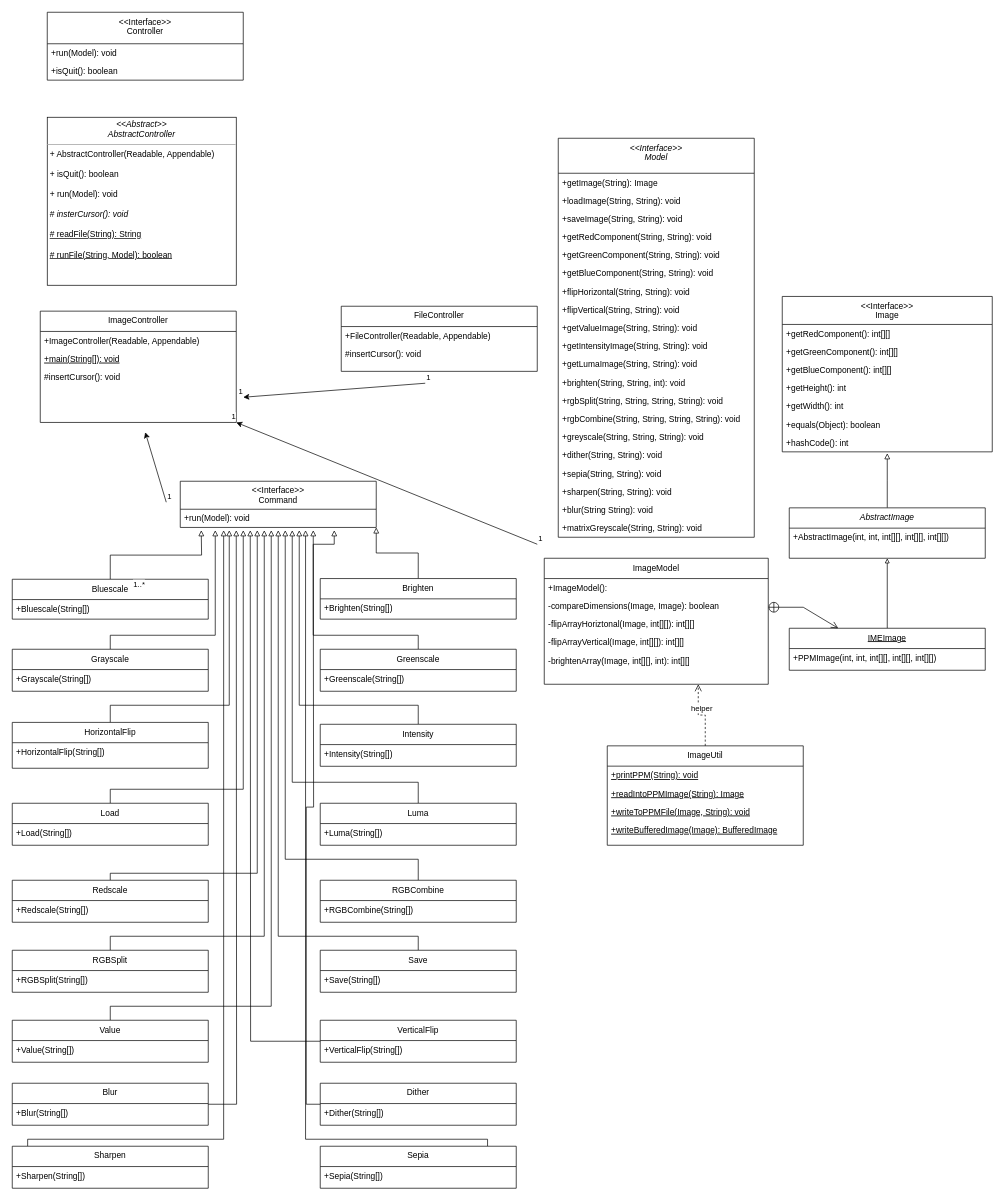
The draw.io diagram Class Diagram.drawio in Brian-T-Horner/CS5010-Assignment4, before the edit. Source tidied: cells renumbered, new cells numbered last; positions are measured from the earlier drawing's top-left corner, leaving out a move shared by most shapes. Both pictures are drawn from the tidied source at 70%, with x=0, y=0 at pixel (12, 12).
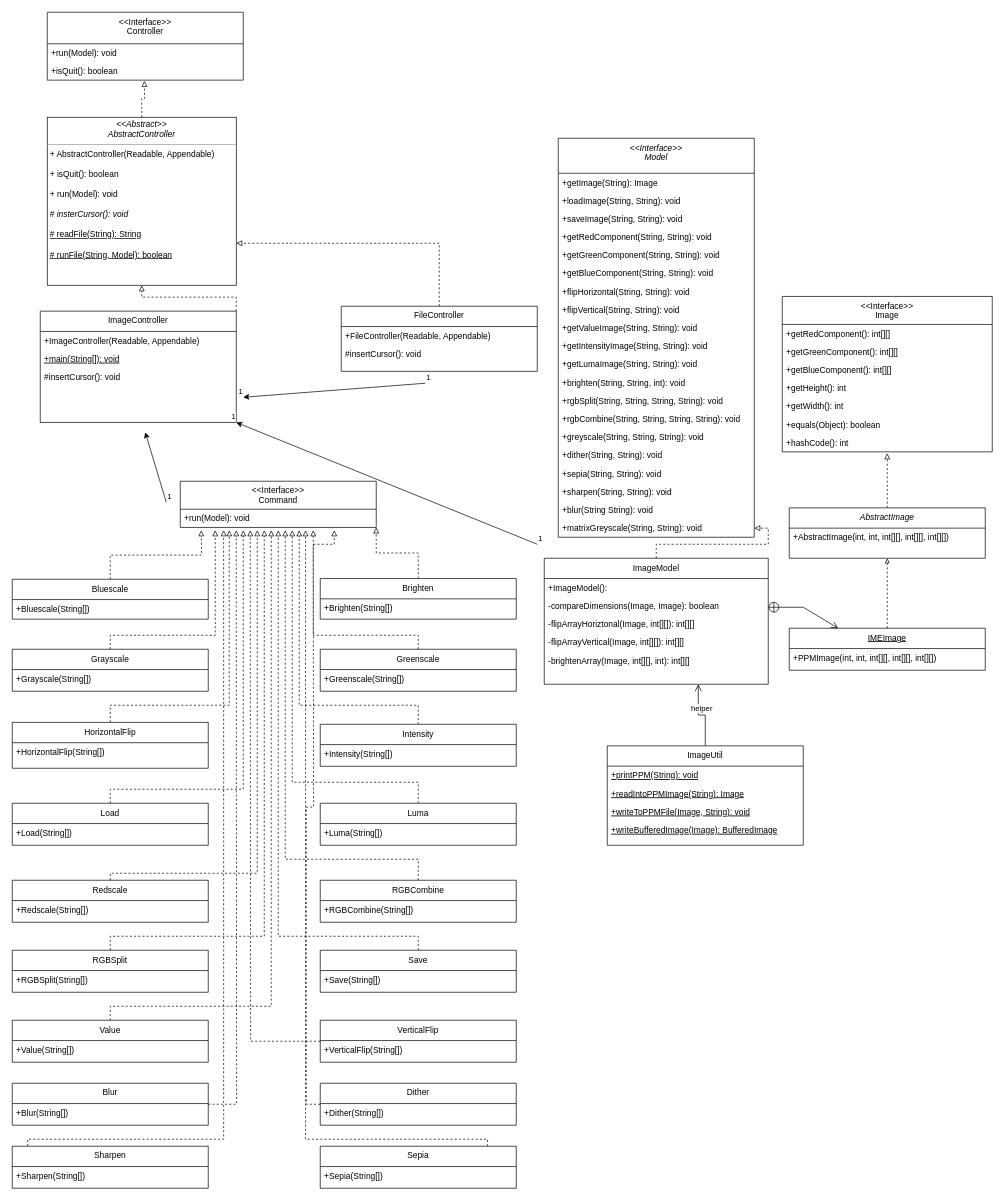
Above is the later version.

Commit message:
Updated arrows for inheritance

Unchanged cells that the change refers to:
```xml
<mxCell id="22" value="+matrixGreyscale(String, String): void" style="text;align=left;verticalAlign=top;spacingLeft=4;spacingRight=4;overflow=hidden;points=[[0,0.5],[1,0.5]];portConstraint=eastwest;rounded=0;shadow=0;html=0;" parent="2" vertex="1">
<mxCell id="23" value="ImageModel" style="swimlane;fontStyle=0;align=center;verticalAlign=top;horizontal=1;startSize=29;rounded=0;shadow=0;strokeWidth=1;" parent="1" vertex="1">
<mxCell id="38" value="AbstractImage" style="swimlane;fontStyle=2;align=center;verticalAlign=top;horizontal=1;startSize=29;rounded=0;shadow=0;strokeWidth=1;" parent="1" vertex="1">
<mxCell id="42" value="+isQuit(): boolean" style="text;align=left;verticalAlign=top;spacingLeft=4;spacingRight=4;overflow=hidden;points=[[0,0.5],[1,0.5]];portConstraint=eastwest;" parent="40" vertex="1">
<mxCell id="43" value="ImageController" style="swimlane;fontStyle=0;align=center;verticalAlign=top;horizontal=1;startSize=29;rounded=0;shadow=0;strokeWidth=1;" parent="1" vertex="1">
<mxCell id="48" value="IMEImage" style="swimlane;fontStyle=4;align=center;verticalAlign=top;horizontal=1;startSize=29;rounded=0;shadow=0;strokeWidth=1;" parent="1" vertex="1">
<mxCell id="50" value="ImageUtil" style="swimlane;fontStyle=0;align=center;verticalAlign=top;horizontal=1;startSize=29;rounded=0;shadow=0;strokeWidth=1;" parent="1" vertex="1">
<mxCell id="55" value="&lt;&lt;Interface&gt;&gt;&#10;Command" style="swimlane;fontStyle=0;align=center;verticalAlign=top;horizontal=1;startSize=40;rounded=0;shadow=0;strokeWidth=1;" parent="1" vertex="1">
<mxCell id="58" value="Bluescale" style="swimlane;fontStyle=0;align=center;verticalAlign=top;horizontal=1;startSize=29;rounded=0;shadow=0;strokeWidth=1;" parent="1" vertex="1">
<mxCell id="61" value="Brighten" style="swimlane;fontStyle=0;align=center;verticalAlign=top;horizontal=1;startSize=29;rounded=0;shadow=0;strokeWidth=1;" parent="1" vertex="1">
<mxCell id="64" value="HorizontalFlip" style="swimlane;fontStyle=0;align=center;verticalAlign=top;horizontal=1;startSize=29;rounded=0;shadow=0;strokeWidth=1;" parent="1" vertex="1">
<mxCell id="67" value="Grayscale" style="swimlane;fontStyle=0;align=center;verticalAlign=top;horizontal=1;startSize=29;rounded=0;shadow=0;strokeWidth=1;" parent="1" vertex="1">
<mxCell id="70" value="Intensity" style="swimlane;fontStyle=0;align=center;verticalAlign=top;horizontal=1;startSize=29;rounded=0;shadow=0;strokeWidth=1;" parent="1" vertex="1">
<mxCell id="73" value="Greenscale" style="swimlane;fontStyle=0;align=center;verticalAlign=top;horizontal=1;startSize=29;rounded=0;shadow=0;strokeWidth=1;" parent="1" vertex="1">
<mxCell id="76" value="Load" style="swimlane;fontStyle=0;align=center;verticalAlign=top;horizontal=1;startSize=29;rounded=0;shadow=0;strokeWidth=1;" parent="1" vertex="1">
<mxCell id="79" value="Luma" style="swimlane;fontStyle=0;align=center;verticalAlign=top;horizontal=1;startSize=29;rounded=0;shadow=0;strokeWidth=1;" parent="1" vertex="1">
<mxCell id="82" value="Redscale" style="swimlane;fontStyle=0;align=center;verticalAlign=top;horizontal=1;startSize=29;rounded=0;shadow=0;strokeWidth=1;" parent="1" vertex="1">
<mxCell id="85" value="RGBCombine" style="swimlane;fontStyle=0;align=center;verticalAlign=top;horizontal=1;startSize=29;rounded=0;shadow=0;strokeWidth=1;" parent="1" vertex="1">
<mxCell id="88" value="Save" style="swimlane;fontStyle=0;align=center;verticalAlign=top;horizontal=1;startSize=29;rounded=0;shadow=0;strokeWidth=1;" parent="1" vertex="1">
<mxCell id="91" value="RGBSplit" style="swimlane;fontStyle=0;align=center;verticalAlign=top;horizontal=1;startSize=29;rounded=0;shadow=0;strokeWidth=1;" parent="1" vertex="1">
<mxCell id="94" value="Value" style="swimlane;fontStyle=0;align=center;verticalAlign=top;horizontal=1;startSize=29;rounded=0;shadow=0;strokeWidth=1;" parent="1" vertex="1">
<mxCell id="97" value="VerticalFlip" style="swimlane;fontStyle=0;align=center;verticalAlign=top;horizontal=1;startSize=29;rounded=0;shadow=0;strokeWidth=1;" parent="1" vertex="1">
<mxCell id="99" style="endArrow=classic;html=1;rounded=0;" parent="1" edge="1">
<mxCell id="106" value="Blur" style="swimlane;fontStyle=0;align=center;verticalAlign=top;horizontal=1;startSize=29;rounded=0;shadow=0;strokeWidth=1;" parent="1" vertex="1">
<mxCell id="109" value="Dither" style="swimlane;fontStyle=0;align=center;verticalAlign=top;horizontal=1;startSize=29;rounded=0;shadow=0;strokeWidth=1;" parent="1" vertex="1">
<mxCell id="117" value="FileController" style="swimlane;fontStyle=0;align=center;verticalAlign=top;horizontal=1;startSize=29;rounded=0;shadow=0;strokeWidth=1;" parent="1" vertex="1">
<mxCell id="123" value="&lt;p style=&quot;margin:0px;margin-top:4px;text-align:center;&quot;&gt;&lt;i&gt;&amp;lt;&amp;lt;Abstract&amp;gt;&amp;gt;&lt;/i&gt;&lt;br&gt;&lt;i&gt;AbstractController&lt;/i&gt;&lt;/p&gt;&lt;hr size=&quot;1&quot;&gt;&lt;p style=&quot;margin:0px;margin-left:4px;&quot;&gt;&lt;span style=&quot;background-color: initial;&quot;&gt;+ AbstractController(Readable, Appendable)&lt;/span&gt;&lt;br&gt;&lt;/p&gt;&lt;p style=&quot;margin:0px;margin-left:4px;&quot;&gt;&lt;span style=&quot;background-color: initial;&quot;&gt;&lt;br&gt;&lt;/span&gt;&lt;/p&gt;&lt;p style=&quot;margin: 0px 0px 0px 4px;&quot;&gt;+ isQuit(): boolean&lt;/p&gt;&lt;p style=&quot;margin: 0px 0px 0px 4px;&quot;&gt;&lt;br&gt;&lt;/p&gt;&lt;p style=&quot;margin: 0px 0px 0px 4px;&quot;&gt;+ run(Model): void&lt;/p&gt;&lt;p style=&quot;margin: 0px 0px 0px 4px;&quot;&gt;&lt;br&gt;&lt;/p&gt;&lt;p style=&quot;margin: 0px 0px 0px 4px;&quot;&gt;# &lt;i&gt;insterCursor(): void&lt;/i&gt;&lt;/p&gt;&lt;p style=&quot;margin: 0px 0px 0px 4px;&quot;&gt;&lt;i&gt;&lt;br&gt;&lt;/i&gt;&lt;/p&gt;&lt;p style=&quot;margin: 0px 0px 0px 4px;&quot;&gt;&lt;u&gt;# readFile(String): String&lt;/u&gt;&lt;/p&gt;&lt;p style=&quot;margin: 0px 0px 0px 4px;&quot;&gt;&lt;u&gt;&lt;br&gt;&lt;/u&gt;&lt;/p&gt;&lt;p style=&quot;margin: 0px 0px 0px 4px;&quot;&gt;&lt;u&gt;# runFile(String, Model): boolean&lt;/u&gt;&lt;/p&gt;" style="verticalAlign=top;align=left;overflow=fill;fontSize=12;fontFamily=Helvetica;html=1;whiteSpace=wrap;" parent="1" vertex="1">
```

The edit, as a diff of the source:
```diff
@@
+    <mxCell id="126" style="edgeStyle=orthogonalEdgeStyle;rounded=0;jettySize=auto;html=1;endArrow=block;endFill=0;dashed=1;" parent="1" edge="1" source="23" target="22">
+      <mxGeometry relative="1" as="geometry" />
+    </mxCell>
@@
-    <mxCell id="37" style="edgeStyle=orthogonalEdgeStyle;rounded=0;jettySize=auto;html=1;exitX=0.5;exitY=0;exitDx=0;exitDy=0;endArrow=block;endFill=0;" parent="1" edge="1" source="38">
+    <mxCell id="37" style="edgeStyle=orthogonalEdgeStyle;rounded=0;jettySize=auto;html=1;exitX=0.5;exitY=0;exitDx=0;exitDy=0;endArrow=block;endFill=0;dashed=1;" parent="1" edge="1" source="38">
       <mxGeometry relative="1" as="geometry">
         <mxPoint x="1250" y="630" as="targetPoint" />
       </mxGeometry>
     </mxCell>
@@
+    <mxCell id="127" style="edgeStyle=orthogonalEdgeStyle;rounded=0;jettySize=auto;html=1;exitX=1;exitY=0;exitDx=0;exitDy=0;endArrow=block;endFill=0;dashed=1;" parent="1" edge="1" source="43" target="123">
+      <mxGeometry relative="1" as="geometry" />
+    </mxCell>
@@
-    <mxCell id="47" style="edgeStyle=orthogonalEdgeStyle;rounded=0;jettySize=auto;html=1;exitX=0.5;exitY=0;exitDx=0;exitDy=0;entryX=0.5;entryY=1;entryDx=0;entryDy=0;endWidth=10;endSize=4.67;endArrow=block;endFill=0;" parent="1" edge="1" source="48" target="38">
+    <mxCell id="47" style="edgeStyle=orthogonalEdgeStyle;rounded=0;jettySize=auto;html=1;exitX=0.5;exitY=0;exitDx=0;exitDy=0;entryX=0.5;entryY=1;entryDx=0;entryDy=0;endWidth=10;endSize=4.67;endArrow=block;endFill=0;dashed=1;" parent="1" edge="1" source="48" target="38">
       <mxGeometry relative="1" as="geometry" />
     </mxCell>
@@
-    <mxCell id="57" style="edgeStyle=orthogonalEdgeStyle;rounded=0;jettySize=auto;html=1;exitX=0.5;exitY=0;exitDx=0;exitDy=0;endArrow=block;endFill=0;" parent="1" edge="1" source="58">
+    <mxCell id="57" style="edgeStyle=orthogonalEdgeStyle;rounded=0;jettySize=auto;html=1;exitX=0.5;exitY=0;exitDx=0;exitDy=0;endArrow=block;endFill=0;dashed=1;" parent="1" edge="1" source="58">
       <mxGeometry relative="1" as="geometry">
         <mxPoint x="270" y="740" as="targetPoint" />
       </mxGeometry>
     </mxCell>
@@
-    <mxCell id="60" style="edgeStyle=orthogonalEdgeStyle;rounded=0;jettySize=auto;html=1;exitX=0.5;exitY=0;exitDx=0;exitDy=0;entryX=1;entryY=1;entryDx=0;entryDy=0;endArrow=block;endFill=0;" parent="1" edge="1" source="61" target="55">
+    <mxCell id="60" style="edgeStyle=orthogonalEdgeStyle;rounded=0;jettySize=auto;html=1;exitX=0.5;exitY=0;exitDx=0;exitDy=0;entryX=1;entryY=1;entryDx=0;entryDy=0;endArrow=block;endFill=0;dashed=1;" parent="1" edge="1" source="61" target="55">
       <mxGeometry relative="1" as="geometry" />
     </mxCell>
@@
-    <mxCell id="63" style="edgeStyle=orthogonalEdgeStyle;rounded=0;jettySize=auto;html=1;exitX=0.5;exitY=0;exitDx=0;exitDy=0;endArrow=block;endFill=0;" parent="1" edge="1" source="64">
+    <mxCell id="63" style="edgeStyle=orthogonalEdgeStyle;rounded=0;jettySize=auto;html=1;exitX=0.5;exitY=0;exitDx=0;exitDy=0;endArrow=block;endFill=0;dashed=1;" parent="1" edge="1" source="64">
       <mxGeometry relative="1" as="geometry">
         <mxPoint x="310" y="740" as="targetPoint" />
         <Array as="points">
           <mxPoint x="140" y="990" />
           <mxPoint x="310" y="990" />
         </Array>
       </mxGeometry>
     </mxCell>
@@
-    <mxCell id="66" style="edgeStyle=orthogonalEdgeStyle;rounded=0;jettySize=auto;html=1;exitX=0.5;exitY=0;exitDx=0;exitDy=0;endArrow=block;endFill=0;" parent="1" edge="1" source="67">
+    <mxCell id="66" style="edgeStyle=orthogonalEdgeStyle;rounded=0;jettySize=auto;html=1;exitX=0.5;exitY=0;exitDx=0;exitDy=0;endArrow=block;endFill=0;dashed=1;" parent="1" edge="1" source="67">
       <mxGeometry relative="1" as="geometry">
         <mxPoint x="290" y="740" as="targetPoint" />
         <Array as="points">
           <mxPoint x="140" y="890" />
           <mxPoint x="290" y="890" />
         </Array>
       </mxGeometry>
     </mxCell>
@@
-    <mxCell id="69" style="edgeStyle=orthogonalEdgeStyle;rounded=0;jettySize=auto;html=1;exitX=0.5;exitY=0;exitDx=0;exitDy=0;endArrow=block;endFill=0;" parent="1" edge="1" source="70">
+    <mxCell id="69" style="edgeStyle=orthogonalEdgeStyle;rounded=0;jettySize=auto;html=1;exitX=0.5;exitY=0;exitDx=0;exitDy=0;endArrow=block;endFill=0;dashed=1;" parent="1" edge="1" source="70">
       <mxGeometry relative="1" as="geometry">
         <mxPoint x="410" y="740" as="targetPoint" />
         <Array as="points">
           <mxPoint x="580" y="990" />
           <mxPoint x="410" y="990" />
         </Array>
       </mxGeometry>
     </mxCell>
@@
-    <mxCell id="72" style="edgeStyle=orthogonalEdgeStyle;rounded=0;jettySize=auto;html=1;endArrow=block;endFill=0;" parent="1" edge="1" source="73">
+    <mxCell id="72" style="edgeStyle=orthogonalEdgeStyle;rounded=0;jettySize=auto;html=1;endArrow=block;endFill=0;dashed=1;" parent="1" edge="1" source="73">
       <mxGeometry relative="1" as="geometry">
         <mxPoint x="460" y="740" as="targetPoint" />
         <Array as="points">
           <mxPoint x="580" y="890" />
           <mxPoint x="430" y="890" />
           <mxPoint x="430" y="760" />
           <mxPoint x="460" y="760" />
         </Array>
       </mxGeometry>
     </mxCell>
@@
-    <mxCell id="75" style="edgeStyle=orthogonalEdgeStyle;rounded=0;jettySize=auto;html=1;exitX=0.5;exitY=0;exitDx=0;exitDy=0;endArrow=block;endFill=0;" parent="1" edge="1" source="76">
+    <mxCell id="75" style="edgeStyle=orthogonalEdgeStyle;rounded=0;jettySize=auto;html=1;exitX=0.5;exitY=0;exitDx=0;exitDy=0;endArrow=block;endFill=0;dashed=1;" parent="1" edge="1" source="76">
       <mxGeometry relative="1" as="geometry">
         <mxPoint x="330" y="740" as="targetPoint" />
         <Array as="points">
           <mxPoint x="140" y="1110" />
           <mxPoint x="330" y="1110" />
         </Array>
       </mxGeometry>
     </mxCell>
@@
-    <mxCell id="78" style="edgeStyle=orthogonalEdgeStyle;rounded=0;jettySize=auto;html=1;exitX=0.5;exitY=0;exitDx=0;exitDy=0;endArrow=block;endFill=0;" parent="1" edge="1" source="79">
+    <mxCell id="78" style="edgeStyle=orthogonalEdgeStyle;rounded=0;jettySize=auto;html=1;exitX=0.5;exitY=0;exitDx=0;exitDy=0;endArrow=block;endFill=0;dashed=1;" parent="1" edge="1" source="79">
       <mxGeometry relative="1" as="geometry">
         <mxPoint x="400" y="740" as="targetPoint" />
         <Array as="points">
           <mxPoint x="580" y="1100" />
           <mxPoint x="400" y="1100" />
         </Array>
       </mxGeometry>
     </mxCell>
@@
-    <mxCell id="81" style="edgeStyle=orthogonalEdgeStyle;rounded=0;jettySize=auto;html=1;exitX=0.5;exitY=0;exitDx=0;exitDy=0;endArrow=block;endFill=0;" parent="1" edge="1" source="82">
+    <mxCell id="81" style="edgeStyle=orthogonalEdgeStyle;rounded=0;jettySize=auto;html=1;exitX=0.5;exitY=0;exitDx=0;exitDy=0;endArrow=block;endFill=0;dashed=1;" parent="1" edge="1" source="82">
       <mxGeometry relative="1" as="geometry">
         <mxPoint x="350" y="740" as="targetPoint" />
         <Array as="points">
           <mxPoint x="140" y="1230" />
           <mxPoint x="350" y="1230" />
         </Array>
       </mxGeometry>
     </mxCell>
@@
-    <mxCell id="84" style="edgeStyle=orthogonalEdgeStyle;rounded=0;jettySize=auto;html=1;exitX=0.5;exitY=0;exitDx=0;exitDy=0;endArrow=block;endFill=0;" parent="1" edge="1" source="85">
+    <mxCell id="84" style="edgeStyle=orthogonalEdgeStyle;rounded=0;jettySize=auto;html=1;exitX=0.5;exitY=0;exitDx=0;exitDy=0;endArrow=block;endFill=0;dashed=1;" parent="1" edge="1" source="85">
       <mxGeometry relative="1" as="geometry">
         <mxPoint x="390" y="740" as="targetPoint" />
         <Array as="points">
           <mxPoint x="580" y="1210" />
           <mxPoint x="390" y="1210" />
         </Array>
       </mxGeometry>
     </mxCell>
@@
-    <mxCell id="87" style="edgeStyle=orthogonalEdgeStyle;rounded=0;jettySize=auto;html=1;exitX=0.5;exitY=0;exitDx=0;exitDy=0;endArrow=block;endFill=0;" parent="1" edge="1" source="88">
+    <mxCell id="87" style="edgeStyle=orthogonalEdgeStyle;rounded=0;jettySize=auto;html=1;exitX=0.5;exitY=0;exitDx=0;exitDy=0;endArrow=block;endFill=0;dashed=1;" parent="1" edge="1" source="88">
       <mxGeometry relative="1" as="geometry">
         <mxPoint x="380" y="740" as="targetPoint" />
         <Array as="points">
           <mxPoint x="580" y="1320" />
           <mxPoint x="380" y="1320" />
         </Array>
       </mxGeometry>
     </mxCell>
@@
-    <mxCell id="90" style="edgeStyle=orthogonalEdgeStyle;rounded=0;jettySize=auto;html=1;endArrow=block;endFill=0;" parent="1" edge="1" source="91">
+    <mxCell id="90" style="edgeStyle=orthogonalEdgeStyle;rounded=0;jettySize=auto;html=1;endArrow=block;endFill=0;dashed=1;" parent="1" edge="1" source="91">
       <mxGeometry relative="1" as="geometry">
         <mxPoint x="360" y="740" as="targetPoint" />
         <Array as="points">
           <mxPoint x="140" y="1320" />
           <mxPoint x="360" y="1320" />
         </Array>
       </mxGeometry>
     </mxCell>
@@
-    <mxCell id="93" style="edgeStyle=orthogonalEdgeStyle;rounded=0;jettySize=auto;html=1;endArrow=block;endFill=0;" parent="1" edge="1" source="94">
+    <mxCell id="93" style="edgeStyle=orthogonalEdgeStyle;rounded=0;jettySize=auto;html=1;endArrow=block;endFill=0;dashed=1;" parent="1" edge="1" source="94">
       <mxGeometry relative="1" as="geometry">
         <mxPoint x="370" y="740" as="targetPoint" />
         <Array as="points">
           <mxPoint x="140" y="1420" />
           <mxPoint x="370" y="1420" />
           <mxPoint x="370" y="740" />
         </Array>
       </mxGeometry>
     </mxCell>
@@
-    <mxCell id="96" style="edgeStyle=orthogonalEdgeStyle;rounded=0;jettySize=auto;html=1;endArrow=block;endFill=0;" parent="1" edge="1" source="97">
+    <mxCell id="96" style="edgeStyle=orthogonalEdgeStyle;rounded=0;jettySize=auto;html=1;endArrow=block;endFill=0;dashed=1;" parent="1" edge="1" source="97">
       <mxGeometry relative="1" as="geometry">
         <mxPoint x="340" y="740" as="targetPoint" />
       </mxGeometry>
     </mxCell>
@@
-    <mxCell id="101" value="1..*" style="edgeLabel;html=1;align=right;verticalAlign=bottom;" parent="99" vertex="1">
-      <mxGeometry x="1" relative="1" as="geometry">
-        <mxPoint y="225" as="offset" />
-      </mxGeometry>
-    </mxCell>
@@
-    <mxCell id="105" style="edgeStyle=orthogonalEdgeStyle;rounded=0;jettySize=auto;html=1;endArrow=block;endFill=0;" parent="1" edge="1" source="106">
+    <mxCell id="105" style="edgeStyle=orthogonalEdgeStyle;rounded=0;jettySize=auto;html=1;endArrow=block;endFill=0;dashed=1;" parent="1" edge="1" source="106">
       <mxGeometry relative="1" as="geometry">
         <mxPoint x="320" y="740" as="targetPoint" />
       </mxGeometry>
     </mxCell>
@@
-    <mxCell id="108" style="edgeStyle=orthogonalEdgeStyle;rounded=0;jettySize=auto;html=1;endArrow=block;endFill=0;" parent="1" edge="1" source="109">
+    <mxCell id="108" style="edgeStyle=orthogonalEdgeStyle;rounded=0;jettySize=auto;html=1;endArrow=block;endFill=0;dashed=1;" parent="1" edge="1" source="109">
       <mxGeometry relative="1" as="geometry">
         <mxPoint x="430" y="740" as="targetPoint" />
       </mxGeometry>
     </mxCell>
@@
-    <mxCell id="111" style="edgeStyle=orthogonalEdgeStyle;rounded=0;orthogonalLoop=1;jettySize=auto;html=1;exitX=0.5;exitY=0;exitDx=0;exitDy=0;endArrow=block;endFill=0;" parent="1" edge="1">
+    <mxCell id="111" style="edgeStyle=orthogonalEdgeStyle;rounded=0;orthogonalLoop=1;jettySize=auto;html=1;exitX=0.5;exitY=0;exitDx=0;exitDy=0;endArrow=block;endFill=0;dashed=1;" parent="1" edge="1">
       <mxGeometry relative="1" as="geometry">
         <mxPoint x="22" y="1620" as="sourcePoint" />
         <mxPoint x="302" y="740" as="targetPoint" />
         <Array as="points">
           <mxPoint x="22" y="1610" />
           <mxPoint x="302" y="1610" />
         </Array>
       </mxGeometry>
     </mxCell>
@@
-    <mxCell id="114" style="edgeStyle=orthogonalEdgeStyle;rounded=0;orthogonalLoop=1;jettySize=auto;html=1;exitX=0.5;exitY=0;exitDx=0;exitDy=0;endArrow=block;endFill=0;" parent="1" edge="1">
+    <mxCell id="114" style="edgeStyle=orthogonalEdgeStyle;rounded=0;orthogonalLoop=1;jettySize=auto;html=1;exitX=0.5;exitY=0;exitDx=0;exitDy=0;endArrow=block;endFill=0;dashed=1;" parent="1" edge="1">
       <mxGeometry relative="1" as="geometry">
         <mxPoint x="679" y="1620" as="sourcePoint" />
         <mxPoint x="419" y="740" as="targetPoint" />
         <Array as="points">
           <mxPoint x="679" y="1610" />
           <mxPoint x="419" y="1610" />
         </Array>
       </mxGeometry>
     </mxCell>
@@
+    <mxCell id="128" style="edgeStyle=orthogonalEdgeStyle;rounded=0;jettySize=auto;html=1;exitX=0.5;exitY=0;exitDx=0;exitDy=0;entryX=1;entryY=0.75;entryDx=0;entryDy=0;endArrow=block;endFill=0;dashed=1;" parent="1" edge="1" source="117" target="123">
+      <mxGeometry relative="1" as="geometry" />
+    </mxCell>
@@
+    <mxCell id="129" style="edgeStyle=orthogonalEdgeStyle;rounded=0;jettySize=auto;html=1;entryX=0.496;entryY=1.038;entryDx=0;entryDy=0;entryPerimeter=0;endArrow=block;endFill=0;dashed=1;" parent="1" edge="1" source="123" target="42">
+      <mxGeometry relative="1" as="geometry" />
+    </mxCell>
@@
-    <mxCell id="125" value="helper" style="html=1;verticalAlign=bottom;endArrow=open;dashed=1;endSize=8;edgeStyle=elbowEdgeStyle;elbow=vertical;curved=0;rounded=0;exitX=0.5;exitY=0;exitDx=0;exitDy=0;" parent="1" edge="1" source="50">
+    <mxCell id="125" value="helper" style="html=1;verticalAlign=bottom;endArrow=open;endSize=8;edgeStyle=elbowEdgeStyle;elbow=vertical;curved=0;rounded=0;exitX=0.5;exitY=0;exitDx=0;exitDy=0;" parent="1" edge="1" source="50">
       <mxGeometry relative="1" as="geometry">
         <mxPoint x="980" y="960" as="targetPoint" />
       </mxGeometry>
     </mxCell>
```
